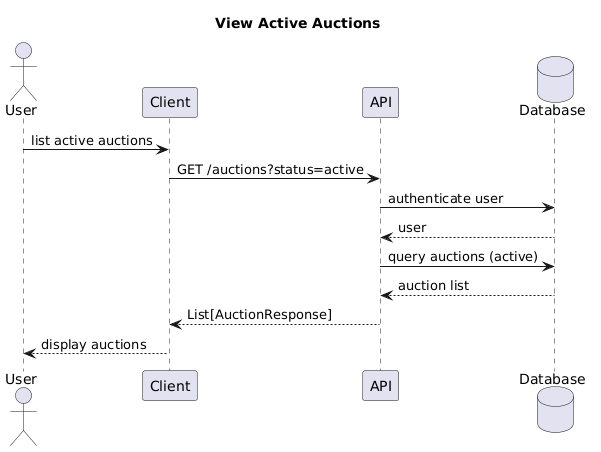
mihnea-popescu/CSCI_6234_Spring_2026_G18 keeps this PlantUML diagram as Design/SequenceDiagram/ViewActiveAuctions.png. Above is the earlier version.
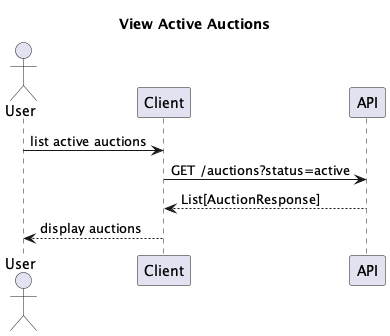
After the change.

Change to the diagram source:
```diff
@@ -1,16 +1,11 @@
-@startuml
+@startuml ViewActiveAuctions
 title View Active Auctions
 actor User
 participant Client
 participant API
-database Database
 
 User -> Client: list active auctions
 Client -> API: GET /auctions?status=active
-API -> Database: authenticate user
-Database --> API: user
-API -> Database: query auctions (active)
-Database --> API: auction list
 API --> Client: List[AuctionResponse]
 Client --> User: display auctions
 @enduml
```
